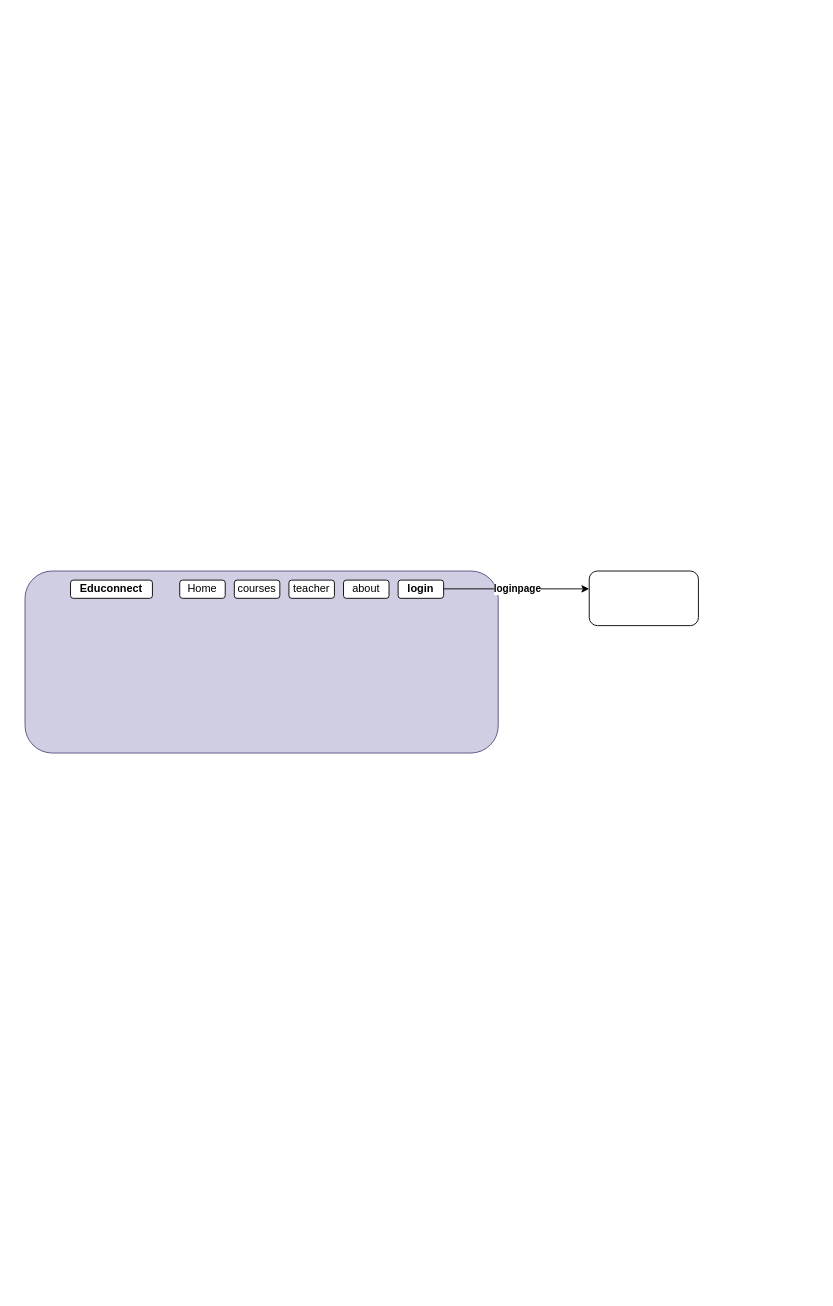
Before: public/blueprint_of_project.dio in Chandan785/Edu-nnect, a draw.io diagram. Source tidied: cells renumbered, new cells numbered last; positions are measured from the earlier drawing's top-left corner, leaving out a move shared by most shapes. Both pictures are drawn from the tidied source at 91%, with x=0, y=0 at pixel (25, 571).
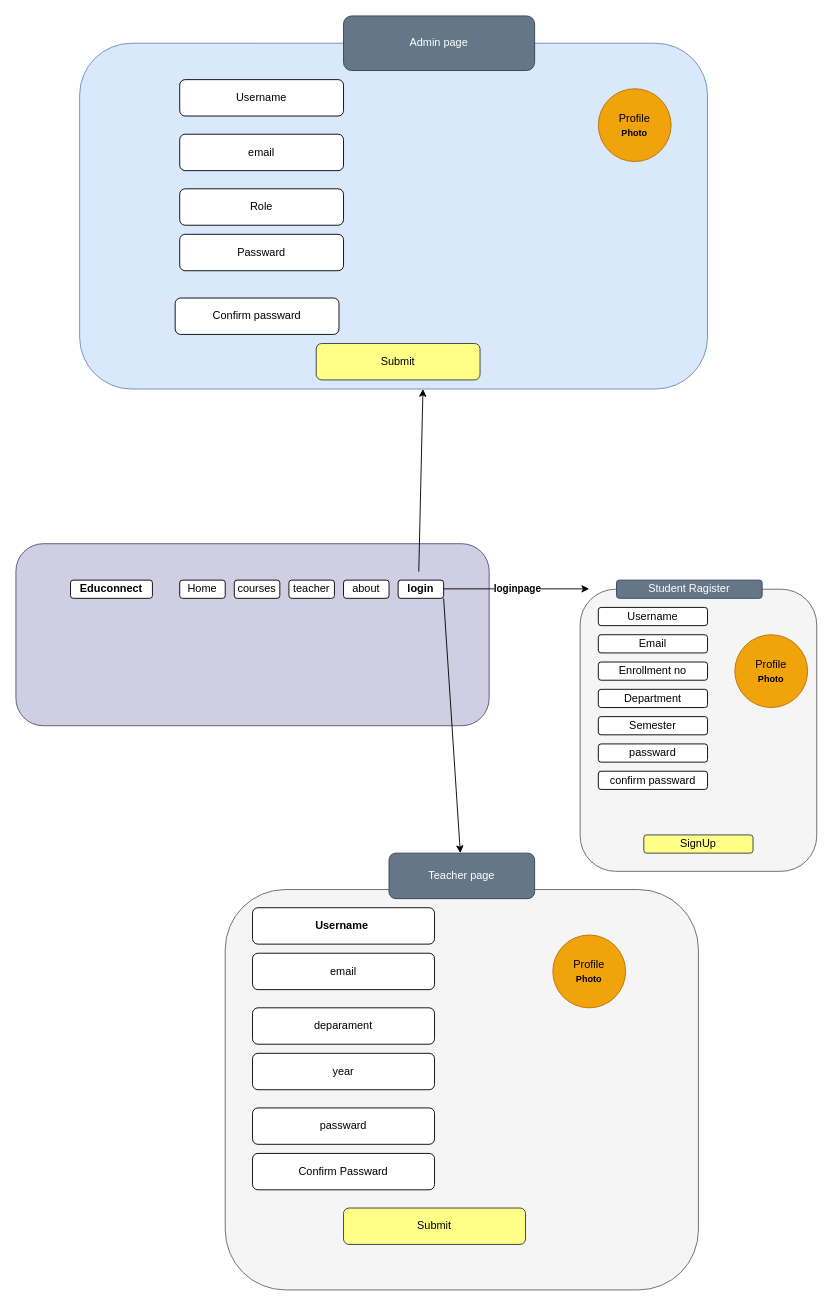
Above is the later version.

The change refers to these unchanged cells:
```xml
<mxCell id="7" value="login" style="rounded=1;whiteSpace=wrap;html=1;fontStyle=1;" parent="1" vertex="1">
  <mxGeometry x="410" y="10" width="50" height="20" as="geometry" />
</mxCell>
```

What changed in the source:
```diff
@@
     <mxCell id="2" style="rounded=1;whiteSpace=wrap;html=1;fillColor=#d0cee2;strokeColor=#56517e;" parent="1" vertex="1">
-      <mxGeometry width="520" height="200" as="geometry" />
+      <mxGeometry x="-10" y="-30" width="520" height="200" as="geometry" />
     </mxCell>
@@
+    <mxCell id="12" style="edgeStyle=none;html=1;exitX=1;exitY=1;exitDx=0;exitDy=0;" parent="1" edge="1" source="46" target="25">
+      <mxGeometry relative="1" as="geometry" />
+    </mxCell>
@@
-    <mxCell id="11" style="rounded=1;whiteSpace=wrap;html=1;" parent="1" vertex="1">
-      <mxGeometry x="620" width="120" height="60" as="geometry" />
+    <mxCell id="11" style="rounded=1;whiteSpace=wrap;html=1;fillColor=#f5f5f5;fontColor=#333333;strokeColor=#666666;" parent="1" vertex="1">
+      <mxGeometry x="610" y="20" width="260" height="310" as="geometry" />
     </mxCell>
+    <mxCell id="13" value="Student Ragister" style="rounded=1;whiteSpace=wrap;html=1;fillColor=#647687;fontColor=#ffffff;strokeColor=#314354;" parent="1" vertex="1">
+      <mxGeometry x="650" y="10" width="160" height="20" as="geometry" />
+    </mxCell>
+    <mxCell id="14" value="Email" style="rounded=1;whiteSpace=wrap;html=1;" parent="1" vertex="1">
+      <mxGeometry x="630" y="70" width="120" height="20" as="geometry" />
+    </mxCell>
+    <mxCell id="15" value="Username" style="rounded=1;whiteSpace=wrap;html=1;" parent="1" vertex="1">
+      <mxGeometry x="630" y="40" width="120" height="20" as="geometry" />
+    </mxCell>
+    <mxCell id="16" value="Enrollment no" style="rounded=1;whiteSpace=wrap;html=1;" parent="1" vertex="1">
+      <mxGeometry x="630" y="100" width="120" height="20" as="geometry" />
+    </mxCell>
+    <mxCell id="17" value="passward" style="rounded=1;whiteSpace=wrap;html=1;" parent="1" vertex="1">
+      <mxGeometry x="630" y="190" width="120" height="20" as="geometry" />
+    </mxCell>
+    <mxCell id="18" style="rounded=1;whiteSpace=wrap;html=1;" parent="1" vertex="1">
+      <mxGeometry x="660" y="100" width="120" as="geometry" />
+    </mxCell>
+    <mxCell id="19" value="confirm passward" style="rounded=1;whiteSpace=wrap;html=1;" parent="1" vertex="1">
+      <mxGeometry x="630" y="220" width="120" height="20" as="geometry" />
+    </mxCell>
+    <mxCell id="20" style="rounded=1;whiteSpace=wrap;html=1;" parent="1" vertex="1">
+      <mxGeometry x="670" y="110" width="120" as="geometry" />
+    </mxCell>
+    <mxCell id="21" style="rounded=1;whiteSpace=wrap;html=1;" parent="1" vertex="1">
+      <mxGeometry x="670" y="110" width="120" as="geometry" />
+    </mxCell>
+    <mxCell id="22" value="Semester" style="rounded=1;whiteSpace=wrap;html=1;" parent="1" vertex="1">
+      <mxGeometry x="630" y="160" width="120" height="20" as="geometry" />
+    </mxCell>
+    <mxCell id="23" value="Department" style="rounded=1;whiteSpace=wrap;html=1;" parent="1" vertex="1">
+      <mxGeometry x="630" y="130" width="120" height="20" as="geometry" />
+    </mxCell>
+    <mxCell id="24" value="SignUp" style="rounded=1;whiteSpace=wrap;html=1;fillColor=#ffff88;strokeColor=#36393d;" parent="1" vertex="1">
+      <mxGeometry x="680" y="290" width="120" height="20" as="geometry" />
+    </mxCell>
+    <mxCell id="25" style="rounded=1;whiteSpace=wrap;html=1;fontStyle=1;fillColor=#f5f5f5;fontColor=#333333;strokeColor=#666666;" parent="1" vertex="1">
+      <mxGeometry x="220" y="350" width="520" height="440" as="geometry" />
+    </mxCell>
+    <mxCell id="26" value="&lt;b&gt;Username&amp;nbsp;&lt;/b&gt;" style="rounded=1;whiteSpace=wrap;html=1;" parent="1" vertex="1">
+      <mxGeometry x="250" y="370" width="200" height="40" as="geometry" />
+    </mxCell>
+    <mxCell id="27" value="email" style="rounded=1;whiteSpace=wrap;html=1;" parent="1" vertex="1">
+      <mxGeometry x="250" y="420" width="200" height="40" as="geometry" />
+    </mxCell>
+    <mxCell id="28" value="deparament" style="rounded=1;whiteSpace=wrap;html=1;" parent="1" vertex="1">
+      <mxGeometry x="250" y="480" width="200" height="40" as="geometry" />
+    </mxCell>
+    <mxCell id="29" value="year" style="rounded=1;whiteSpace=wrap;html=1;" parent="1" vertex="1">
+      <mxGeometry x="250" y="530" width="200" height="40" as="geometry" />
+    </mxCell>
+    <mxCell id="30" value="passward" style="rounded=1;whiteSpace=wrap;html=1;" parent="1" vertex="1">
+      <mxGeometry x="250" y="590" width="200" height="40" as="geometry" />
+    </mxCell>
+    <mxCell id="31" value="Confirm Passward" style="rounded=1;whiteSpace=wrap;html=1;" parent="1" vertex="1">
+      <mxGeometry x="250" y="640" width="200" height="40" as="geometry" />
+    </mxCell>
+    <mxCell id="32" value="Submit" style="rounded=1;whiteSpace=wrap;html=1;fillColor=#ffff88;strokeColor=#36393d;" parent="1" vertex="1">
+      <mxGeometry x="350" y="700" width="200" height="40" as="geometry" />
+    </mxCell>
+    <mxCell id="33" style="rounded=1;whiteSpace=wrap;html=1;fillColor=#dae8fc;strokeColor=#6c8ebf;" parent="1" vertex="1">
+      <mxGeometry x="60" y="-580" width="690" height="380" as="geometry" />
+    </mxCell>
+    <mxCell id="34" style="edgeStyle=none;html=1;exitX=0.25;exitY=0;exitDx=0;exitDy=0;entryX=0.416;entryY=0.998;entryDx=0;entryDy=0;entryPerimeter=0;" parent="1" edge="1">
+      <mxGeometry relative="1" as="geometry">
+        <mxPoint x="432.7" y="0.7" as="sourcePoint" />
+        <mxPoint x="437.3" y="-200" as="targetPoint" />
+      </mxGeometry>
+    </mxCell>
+    <mxCell id="35" value="Profile&lt;br&gt;&lt;font size=&quot;1&quot;&gt;&lt;b&gt;Photo&lt;/b&gt;&lt;/font&gt;" style="ellipse;whiteSpace=wrap;html=1;rounded=1;fillColor=#f0a30a;fontColor=#000000;strokeColor=#BD7000;" parent="1" vertex="1">
+      <mxGeometry x="780" y="70" width="80" height="80" as="geometry" />
+    </mxCell>
+    <mxCell id="36" value="Profile&lt;br&gt;&lt;font size=&quot;1&quot;&gt;&lt;b&gt;Photo&lt;/b&gt;&lt;/font&gt;" style="ellipse;whiteSpace=wrap;html=1;rounded=1;fillColor=#f0a30a;fontColor=#000000;strokeColor=#BD7000;" parent="1" vertex="1">
+      <mxGeometry x="580" y="400" width="80" height="80" as="geometry" />
+    </mxCell>
+    <mxCell id="37" value="Profile&lt;br&gt;&lt;font size=&quot;1&quot;&gt;&lt;b&gt;Photo&lt;/b&gt;&lt;/font&gt;" style="ellipse;whiteSpace=wrap;html=1;rounded=1;fillColor=#f0a30a;fontColor=#000000;strokeColor=#BD7000;" parent="1" vertex="1">
+      <mxGeometry x="630" y="-530" width="80" height="80" as="geometry" />
+    </mxCell>
+    <mxCell id="38" value="email" style="rounded=1;whiteSpace=wrap;html=1;" parent="1" vertex="1">
+      <mxGeometry x="170" y="-480" width="180" height="40" as="geometry" />
+    </mxCell>
+    <mxCell id="39" value="Username" style="rounded=1;whiteSpace=wrap;html=1;" parent="1" vertex="1">
+      <mxGeometry x="170" y="-540" width="180" height="40" as="geometry" />
+    </mxCell>
+    <mxCell id="40" value="Role" style="rounded=1;whiteSpace=wrap;html=1;" parent="1" vertex="1">
+      <mxGeometry x="170" y="-420" width="180" height="40" as="geometry" />
+    </mxCell>
+    <mxCell id="41" value="Passward" style="rounded=1;whiteSpace=wrap;html=1;" parent="1" vertex="1">
+      <mxGeometry x="170" y="-370" width="180" height="40" as="geometry" />
+    </mxCell>
+    <mxCell id="42" value="Confirm passward" style="rounded=1;whiteSpace=wrap;html=1;" parent="1" vertex="1">
+      <mxGeometry x="165" y="-300" width="180" height="40" as="geometry" />
+    </mxCell>
+    <mxCell id="43" value="Submit" style="rounded=1;whiteSpace=wrap;html=1;fillColor=#ffff88;strokeColor=#36393d;" parent="1" vertex="1">
+      <mxGeometry x="320" y="-250" width="180" height="40" as="geometry" />
+    </mxCell>
+    <mxCell id="44" value="Admin page" style="rounded=1;whiteSpace=wrap;html=1;fillColor=#647687;fontColor=#ffffff;strokeColor=#314354;" parent="1" vertex="1">
+      <mxGeometry x="350" y="-610" width="210" height="60" as="geometry" />
+    </mxCell>
+    <mxCell id="45" style="edgeStyle=none;html=1;exitX=1;exitY=1;exitDx=0;exitDy=0;" parent="1" edge="1" source="7" target="46">
+      <mxGeometry relative="1" as="geometry" />
+    </mxCell>
+    <mxCell id="46" value="Teacher page" style="rounded=1;whiteSpace=wrap;html=1;fillColor=#647687;fontColor=#ffffff;strokeColor=#314354;" parent="1" vertex="1">
+      <mxGeometry x="400" y="310" width="160" height="50" as="geometry" />
+    </mxCell>
```
